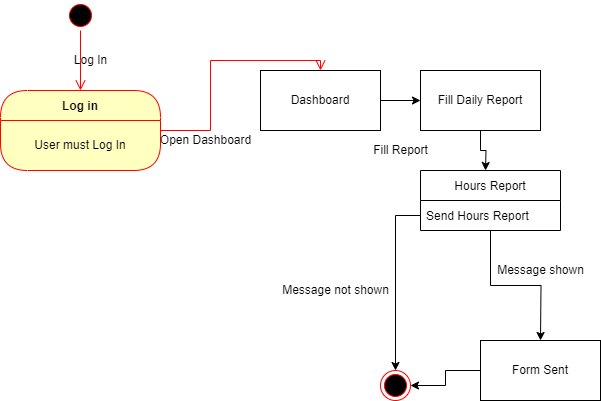
Above: hours.drawio.png in Arisa-Ndreu/test (draw.io), before the change. Source tidied: cells renumbered, new cells last; positions are measured from the earlier drawing's top-left corner, leaving out a move shared by most shapes. Source of this version:
```xml
<mxGraphModel>
  <root>
    <mxCell id="0" />
    <mxCell id="1" parent="0" />
    <mxCell id="2" value="Log in" style="swimlane;fontStyle=1;align=center;verticalAlign=middle;horizontal=1;startSize=30;fontColor=#000000;rounded=1;arcSize=30;strokeColor=#ff0000;fillColor=#ffffc0;swimlaneFillColor=#ffffc0;" parent="1" vertex="1">
      <mxGeometry y="90" width="160" height="80" as="geometry" />
    </mxCell>
    <mxCell id="3" value="User must Log In" style="text;html=1;strokeColor=none;fillColor=none;align=center;verticalAlign=middle;spacingLeft=4;spacingRight=4;whiteSpace=wrap;overflow=hidden;fontColor=#000000;" parent="2" vertex="1">
      <mxGeometry y="30" width="160" height="50" as="geometry" />
    </mxCell>
    <mxCell id="4" style="edgeStyle=orthogonalEdgeStyle;html=1;verticalAlign=bottom;endArrow=open;endSize=8;strokeColor=#ff0000;rounded=0;entryX=0.5;entryY=0;entryDx=0;entryDy=0;" parent="1" edge="1" source="2" target="7">
      <mxGeometry relative="1" as="geometry" />
    </mxCell>
    <mxCell id="5" style="ellipse;html=1;shape=startState;fillColor=#000000;strokeColor=#ff0000;" parent="1" vertex="1">
      <mxGeometry x="65" width="30" height="30" as="geometry" />
    </mxCell>
    <mxCell id="6" style="edgeStyle=orthogonalEdgeStyle;html=1;verticalAlign=bottom;endArrow=open;endSize=8;strokeColor=#ff0000;rounded=0;" parent="1" edge="1" source="5">
      <mxGeometry relative="1" as="geometry">
        <mxPoint x="80" y="90" as="targetPoint" />
      </mxGeometry>
    </mxCell>
    <mxCell id="7" value="Dashboard" style="rounded=0;whiteSpace=wrap;html=1;" parent="1" vertex="1">
      <mxGeometry x="260" y="70" width="120" height="60" as="geometry" />
    </mxCell>
    <mxCell id="8" value="Open Dashboard" style="text;html=1;align=center;verticalAlign=middle;strokeColor=none;fillColor=none;" parent="1" vertex="1">
      <mxGeometry x="150" y="130" width="110" height="20" as="geometry" />
    </mxCell>
    <mxCell id="9" value="Log In" style="text;html=1;align=center;verticalAlign=middle;strokeColor=none;fillColor=none;" parent="1" vertex="1">
      <mxGeometry x="65" y="50" width="50" height="20" as="geometry" />
    </mxCell>
    <mxCell id="10" style="edgeStyle=orthogonalEdgeStyle;rounded=0;jettySize=auto;html=1;exitX=0.5;exitY=1;exitDx=0;exitDy=0;entryX=0.5;entryY=0;entryDx=0;entryDy=0;" parent="1" edge="1" source="11">
      <mxGeometry relative="1" as="geometry">
        <mxPoint x="485" y="170" as="targetPoint" />
      </mxGeometry>
    </mxCell>
    <mxCell id="11" value="Fill Daily Report" style="rounded=0;whiteSpace=wrap;html=1;" parent="1" vertex="1">
      <mxGeometry x="420" y="70" width="120" height="60" as="geometry" />
    </mxCell>
    <mxCell id="12" style="endArrow=classic;html=1;rounded=0;exitX=1;exitY=0.5;exitDx=0;exitDy=0;entryX=0;entryY=0.5;entryDx=0;entryDy=0;" parent="1" edge="1" source="7" target="11">
      <mxGeometry relative="1" as="geometry" />
    </mxCell>
    <mxCell id="13" value="Fill Report" style="text;html=1;align=center;verticalAlign=middle;strokeColor=none;fillColor=none;" parent="1" vertex="1">
      <mxGeometry x="365" y="140" width="70" height="20" as="geometry" />
    </mxCell>
    <mxCell id="14" style="ellipse;html=1;shape=endState;fillColor=#000000;strokeColor=#ff0000;" parent="1" vertex="1">
      <mxGeometry x="380" y="370" width="30" height="30" as="geometry" />
    </mxCell>
    <mxCell id="15" style="edgeStyle=orthogonalEdgeStyle;rounded=0;jettySize=auto;html=1;exitX=0;exitY=0.5;exitDx=0;exitDy=0;entryX=0.5;entryY=0;entryDx=0;entryDy=0;" parent="1" edge="1" source="20" target="14">
      <mxGeometry relative="1" as="geometry" />
    </mxCell>
    <mxCell id="16" style="edgeStyle=orthogonalEdgeStyle;rounded=0;jettySize=auto;html=1;exitX=0.5;exitY=1;exitDx=0;exitDy=0;" parent="1" edge="1" source="19">
      <mxGeometry relative="1" as="geometry">
        <mxPoint x="540" y="340" as="targetPoint" />
      </mxGeometry>
    </mxCell>
    <mxCell id="17" value="Message not shown" style="text;html=1;align=center;verticalAlign=middle;strokeColor=none;fillColor=none;" parent="1" vertex="1">
      <mxGeometry x="270" y="280" width="130" height="20" as="geometry" />
    </mxCell>
    <mxCell id="18" value="Message shown" style="text;html=1;align=center;verticalAlign=middle;strokeColor=none;fillColor=none;" parent="1" vertex="1">
      <mxGeometry x="485" y="260" width="110" height="20" as="geometry" />
    </mxCell>
    <mxCell id="19" value="Hours Report" style="swimlane;fontStyle=0;horizontal=1;startSize=30;" parent="1" vertex="1">
      <mxGeometry x="420" y="170" width="140" height="60" as="geometry" />
    </mxCell>
    <mxCell id="20" value="Send Hours Report" style="text;strokeColor=none;fillColor=none;align=left;verticalAlign=middle;spacingLeft=4;spacingRight=4;overflow=hidden;points=[[0,0.5],[1,0.5]];portConstraint=eastwest;" parent="19" vertex="1">
      <mxGeometry y="30" width="140" height="30" as="geometry" />
    </mxCell>
    <mxCell id="21" style="edgeStyle=orthogonalEdgeStyle;rounded=0;jettySize=auto;html=1;exitX=0;exitY=0.5;exitDx=0;exitDy=0;entryX=1;entryY=0.5;entryDx=0;entryDy=0;" parent="1" edge="1" source="22" target="14">
      <mxGeometry relative="1" as="geometry" />
    </mxCell>
    <mxCell id="22" value="Form Sent" style="rounded=0;whiteSpace=wrap;html=1;" parent="1" vertex="1">
      <mxGeometry x="480" y="340" width="120" height="60" as="geometry" />
    </mxCell>
  </root>
</mxGraphModel>
```
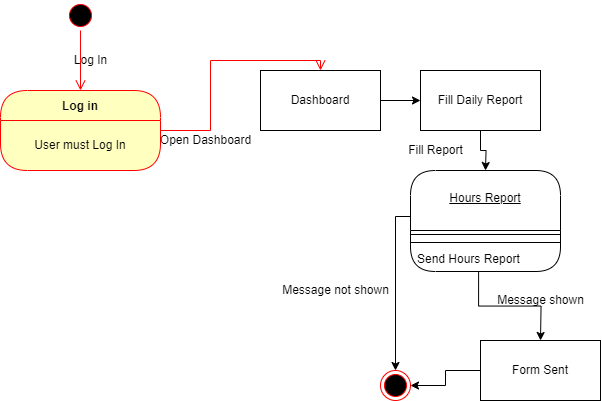
After the change.

The edit, as a diff of the source:
```diff
@@ -40,15 +40,20 @@
       <mxGeometry relative="1" as="geometry" />
     </mxCell>
     <mxCell id="13" value="Fill Report" style="text;html=1;align=center;verticalAlign=middle;strokeColor=none;fillColor=none;" parent="1" vertex="1">
-      <mxGeometry x="365" y="140" width="70" height="20" as="geometry" />
+      <mxGeometry x="400" y="140" width="70" height="20" as="geometry" />
     </mxCell>
     <mxCell id="14" style="ellipse;html=1;shape=endState;fillColor=#000000;strokeColor=#ff0000;" parent="1" vertex="1">
       <mxGeometry x="380" y="370" width="30" height="30" as="geometry" />
     </mxCell>
-    <mxCell id="15" style="edgeStyle=orthogonalEdgeStyle;rounded=0;jettySize=auto;html=1;exitX=0;exitY=0.5;exitDx=0;exitDy=0;entryX=0.5;entryY=0;entryDx=0;entryDy=0;" parent="1" edge="1" source="20" target="14">
-      <mxGeometry relative="1" as="geometry" />
+    <mxCell id="15" style="edgeStyle=orthogonalEdgeStyle;rounded=0;jettySize=auto;html=1;entryX=0.5;entryY=0;entryDx=0;entryDy=0;" parent="1" edge="1" target="14">
+      <mxGeometry relative="1" as="geometry">
+        <mxPoint x="410" y="216" as="sourcePoint" />
+        <Array as="points">
+          <mxPoint x="395" y="216" />
+        </Array>
+      </mxGeometry>
     </mxCell>
-    <mxCell id="16" style="edgeStyle=orthogonalEdgeStyle;rounded=0;jettySize=auto;html=1;exitX=0.5;exitY=1;exitDx=0;exitDy=0;" parent="1" edge="1" source="19">
+    <mxCell id="16" style="edgeStyle=orthogonalEdgeStyle;rounded=0;jettySize=auto;html=1;exitX=0.454;exitY=1.003;exitDx=0;exitDy=0;exitPerimeter=0;" parent="1" edge="1" source="20">
       <mxGeometry relative="1" as="geometry">
         <mxPoint x="540" y="340" as="targetPoint" />
       </mxGeometry>
@@ -57,19 +62,25 @@
       <mxGeometry x="270" y="280" width="130" height="20" as="geometry" />
     </mxCell>
     <mxCell id="18" value="Message shown" style="text;html=1;align=center;verticalAlign=middle;strokeColor=none;fillColor=none;" parent="1" vertex="1">
-      <mxGeometry x="485" y="260" width="110" height="20" as="geometry" />
+      <mxGeometry x="485" y="290" width="110" height="20" as="geometry" />
     </mxCell>
-    <mxCell id="19" value="Hours Report" style="swimlane;fontStyle=0;horizontal=1;startSize=30;" parent="1" vertex="1">
-      <mxGeometry x="420" y="170" width="140" height="60" as="geometry" />
-    </mxCell>
-    <mxCell id="20" value="Send Hours Report" style="text;strokeColor=none;fillColor=none;align=left;verticalAlign=middle;spacingLeft=4;spacingRight=4;overflow=hidden;points=[[0,0.5],[1,0.5]];portConstraint=eastwest;" parent="19" vertex="1">
-      <mxGeometry y="30" width="140" height="30" as="geometry" />
-    </mxCell>
     <mxCell id="21" style="edgeStyle=orthogonalEdgeStyle;rounded=0;jettySize=auto;html=1;exitX=0;exitY=0.5;exitDx=0;exitDy=0;entryX=1;entryY=0.5;entryDx=0;entryDy=0;" parent="1" edge="1" source="22" target="14">
       <mxGeometry relative="1" as="geometry" />
     </mxCell>
     <mxCell id="22" value="Form Sent" style="rounded=0;whiteSpace=wrap;html=1;" parent="1" vertex="1">
       <mxGeometry x="480" y="340" width="120" height="60" as="geometry" />
     </mxCell>
+    <mxCell id="19" value="&lt;br&gt;Hours Report" style="swimlane;fontStyle=4;align=center;verticalAlign=top;horizontal=1;startSize=60;html=1;rounded=1;absoluteArcSize=1;arcSize=50;whiteSpace=wrap;" parent="1" vertex="1">
+      <mxGeometry x="410" y="170" width="150" height="101" as="geometry" />
+    </mxCell>
+    <mxCell id="23" style="line;strokeWidth=1;fillColor=none;align=left;verticalAlign=middle;spacingTop=-1;spacingLeft=3;spacingRight=3;labelPosition=right;" parent="19" vertex="1">
+      <mxGeometry y="60" width="150" height="8" as="geometry" />
+    </mxCell>
+    <mxCell id="24" style="line;strokeWidth=1;fillColor=none;align=left;verticalAlign=middle;spacingTop=-1;spacingLeft=3;spacingRight=3;labelPosition=right;" parent="19" vertex="1">
+      <mxGeometry y="68" width="150" height="8" as="geometry" />
+    </mxCell>
+    <mxCell id="20" value="Send Hours Report" style="fillColor=none;strokeColor=none;align=left;verticalAlign=middle;spacingLeft=5;whiteSpace=wrap;html=1;" parent="19" vertex="1">
+      <mxGeometry y="76" width="150" height="25" as="geometry" />
+    </mxCell>
   </root>
 </mxGraphModel>
```
